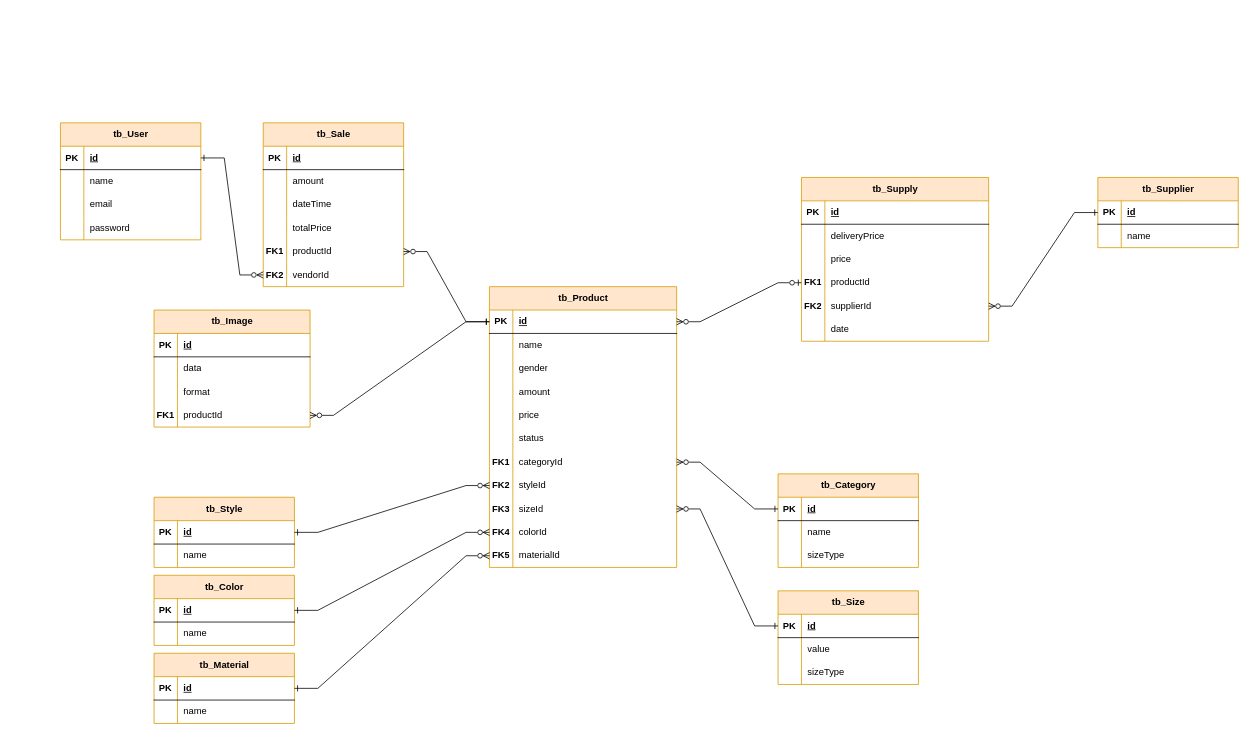
Earlier version of the draw.io diagram page "DER" (2 of 2) of docs/UML - Clothing Store.drawio (VitorPaulinoG/ClothingStore). Source tidied: cells renumbered, new cells numbered last; positions are measured from the earlier drawing's top-left corner, leaving out a move shared by most shapes. Both pictures are drawn from the tidied source at 78%, with x=0, y=0 at pixel (60, 122).
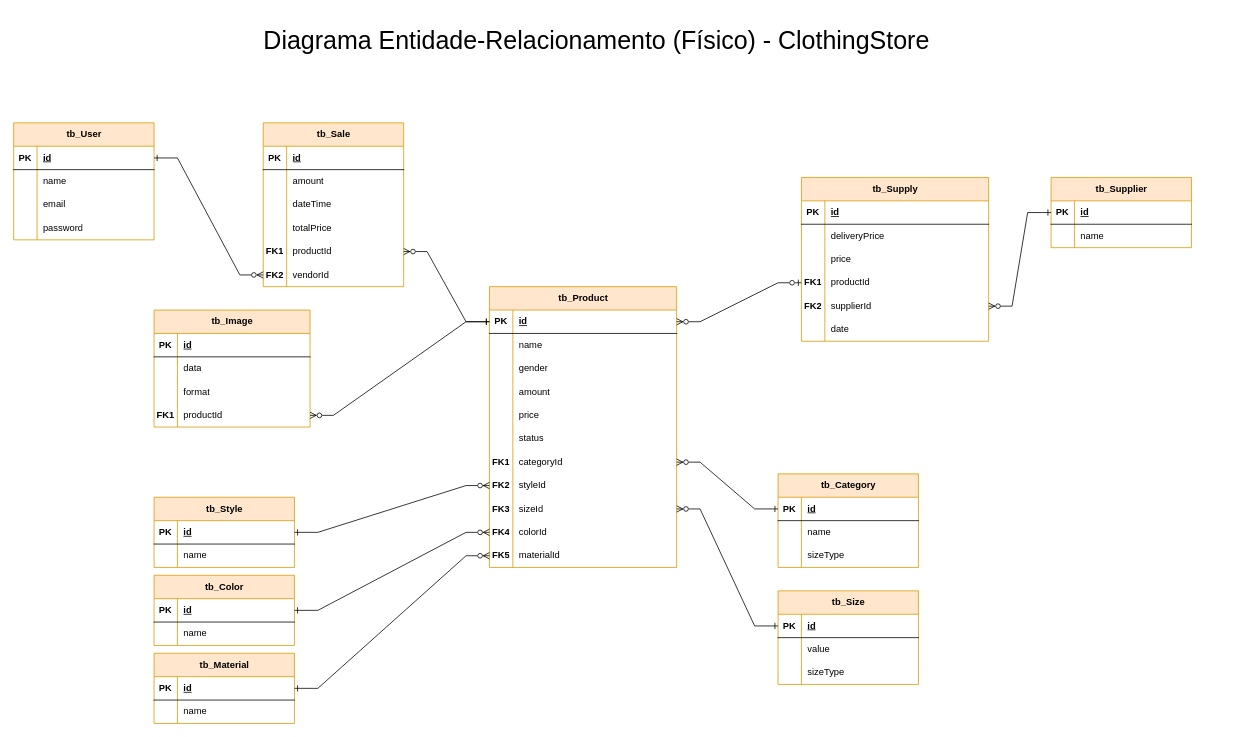
The same page after the edit.

What changed in the source:
```diff
@@
-<mxGraphModel>
+<mxGraphModel background="light-dark(#ffffff, #121212)">
@@
     <mxCell id="33" value="tb_User" style="shape=table;startSize=30;childLayout=tableLayout;rowLines=0;fontStyle=1;align=center;html=1;fontFamily=Cascadia Code;fillColor=#ffe6cc;strokeColor=#d79b00;" parent="1" vertex="1">
-      <mxGeometry width="180" height="150" as="geometry" />
+      <mxGeometry x="-60" width="180" height="150" as="geometry" />
     </mxCell>
@@
     <mxCell id="46" value="&lt;div&gt;tb_Supplier&lt;/div&gt;" style="shape=table;startSize=30;childLayout=tableLayout;rowLines=0;fontStyle=1;align=center;html=1;fontFamily=Cascadia Code;fillColor=#ffe6cc;strokeColor=#d79b00;" parent="1" vertex="1">
-      <mxGeometry x="1330" y="70" width="180" height="90" as="geometry" />
+      <mxGeometry x="1270" y="70" width="180" height="90" as="geometry" />
     </mxCell>
@@
+    <mxCell id="158" value="&lt;font style=&quot;font-size: 32px;&quot;&gt;Diagrama Entidade-Relacionamento (Físico) - ClothingStore&lt;br&gt;&lt;/font&gt;" style="text;html=1;align=center;verticalAlign=middle;whiteSpace=wrap;rounded=0;" parent="1" vertex="1">
+      <mxGeometry x="228" y="-140" width="919" height="70" as="geometry" />
+    </mxCell>
```
